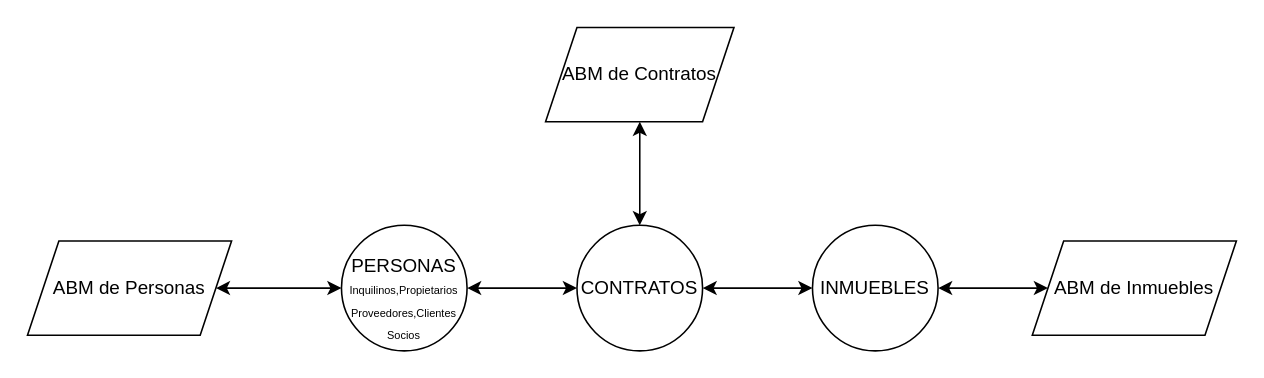
Above: NiVIS.drawio in Nvis88/afip.php (draw.io), before the change. Source tidied: cells renumbered, new cells numbered last; positions are measured from the earlier drawing's top-left corner, leaving out a move shared by most shapes. Both pictures are drawn from the tidied source at 157%, with x=0, y=0 at pixel (27, 27).
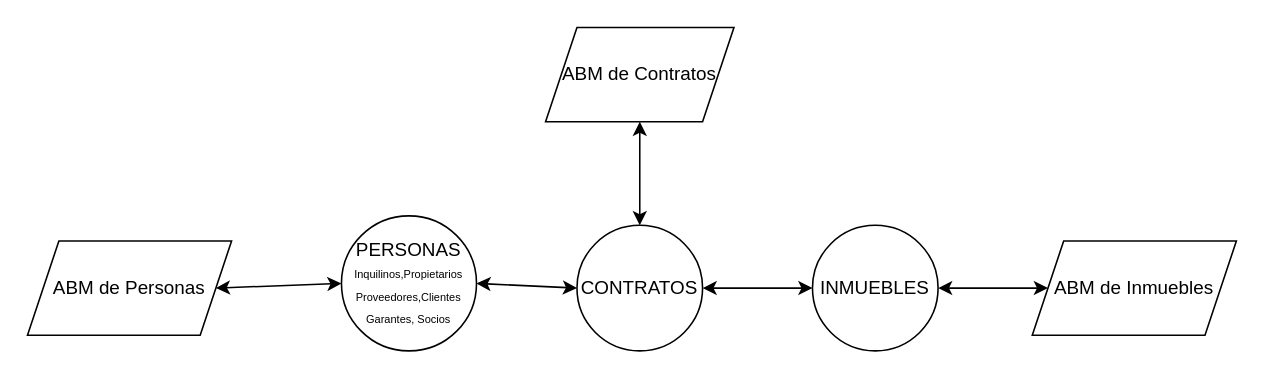
Above is the later version.

The edit, as a diff of the source:
```diff
@@
 <mxGraphModel>
   <root>
     <mxCell id="0" />
     <mxCell id="1" parent="0" />
-    <mxCell id="2" value="&lt;div&gt;&lt;br&gt;&lt;/div&gt;&lt;div&gt;PERSONAS&lt;/div&gt;&lt;div&gt;&lt;font style=&quot;font-size: 7px;&quot;&gt;Inquilinos,Propietarios&lt;/font&gt;&lt;/div&gt;&lt;div&gt;&lt;font style=&quot;font-size: 7px;&quot;&gt;Proveedores,Clientes&lt;/font&gt;&lt;/div&gt;&lt;div&gt;&lt;font style=&quot;font-size: 7px;&quot;&gt;Socios&lt;/font&gt;&lt;br&gt;&lt;/div&gt;" style="ellipse;whiteSpace=wrap;html=1;" parent="1" vertex="1">
-      <mxGeometry x="200" y="126" width="80" height="80" as="geometry" />
+    <mxCell id="2" value="&lt;div&gt;PERSONAS&lt;/div&gt;&lt;div&gt;&lt;font style=&quot;font-size: 7px;&quot;&gt;Inquilinos,Propietarios&lt;/font&gt;&lt;/div&gt;&lt;div&gt;&lt;font style=&quot;font-size: 7px;&quot;&gt;Proveedores,Clientes&lt;/font&gt;&lt;/div&gt;&lt;div&gt;&lt;font style=&quot;font-size: 7px;&quot;&gt;Garantes, Socios&lt;/font&gt;&lt;br&gt;&lt;/div&gt;" style="ellipse;whiteSpace=wrap;html=1;" parent="1" vertex="1">
+      <mxGeometry x="200" y="120" width="86" height="86" as="geometry" />
     </mxCell>
     <mxCell id="3" value="&lt;div&gt;ABM de Personas&lt;/div&gt;" style="shape=parallelogram;perimeter=parallelogramPerimeter;whiteSpace=wrap;html=1;fixedSize=1;" parent="1" vertex="1">
       <mxGeometry y="136" width="130" height="60" as="geometry" />
     </mxCell>
     <mxCell id="4" style="endArrow=classic;startArrow=classic;html=1;rounded=0;entryX=0;entryY=0.5;entryDx=0;entryDy=0;exitX=1;exitY=0.5;exitDx=0;exitDy=0;" parent="1" edge="1" source="3" target="2">
       <mxGeometry relative="1" as="geometry" />
     </mxCell>
     <mxCell id="5" value="INMUEBLES" style="ellipse;whiteSpace=wrap;html=1;" parent="1" vertex="1">
       <mxGeometry x="500" y="126" width="80" height="80" as="geometry" />
     </mxCell>
     <mxCell id="6" value="&lt;div&gt;ABM de Inmuebles&lt;/div&gt;" style="shape=parallelogram;perimeter=parallelogramPerimeter;whiteSpace=wrap;html=1;fixedSize=1;" parent="1" vertex="1">
       <mxGeometry x="640" y="136" width="130" height="60" as="geometry" />
     </mxCell>
     <mxCell id="7" style="endArrow=classic;startArrow=classic;html=1;rounded=0;entryX=0;entryY=0.5;entryDx=0;entryDy=0;exitX=1;exitY=0.5;exitDx=0;exitDy=0;" parent="1" edge="1" source="5" target="6">
       <mxGeometry relative="1" as="geometry" />
     </mxCell>
     <mxCell id="8" value="CONTRATOS" style="ellipse;whiteSpace=wrap;html=1;" parent="1" vertex="1">
       <mxGeometry x="350" y="126" width="80" height="80" as="geometry" />
     </mxCell>
     <mxCell id="9" value="&lt;div&gt;ABM de Contratos&lt;/div&gt;" style="shape=parallelogram;perimeter=parallelogramPerimeter;whiteSpace=wrap;html=1;fixedSize=1;" parent="1" vertex="1">
       <mxGeometry x="330" width="120" height="60" as="geometry" />
     </mxCell>
     <mxCell id="10" style="endArrow=classic;startArrow=classic;html=1;rounded=0;entryX=0.5;entryY=1;entryDx=0;entryDy=0;" parent="1" edge="1" source="8" target="9">
       <mxGeometry relative="1" as="geometry" />
     </mxCell>
     <mxCell id="11" style="endArrow=classic;startArrow=classic;html=1;rounded=0;exitX=1;exitY=0.5;exitDx=0;exitDy=0;entryX=0;entryY=0.5;entryDx=0;entryDy=0;" parent="1" edge="1" source="2" target="8">
       <mxGeometry relative="1" as="geometry" />
     </mxCell>
     <mxCell id="12" style="endArrow=classic;startArrow=classic;html=1;rounded=0;entryX=0;entryY=0.5;entryDx=0;entryDy=0;exitX=1;exitY=0.5;exitDx=0;exitDy=0;" parent="1" edge="1" source="8" target="5">
       <mxGeometry relative="1" as="geometry" />
     </mxCell>
   </root>
 </mxGraphModel>
```
